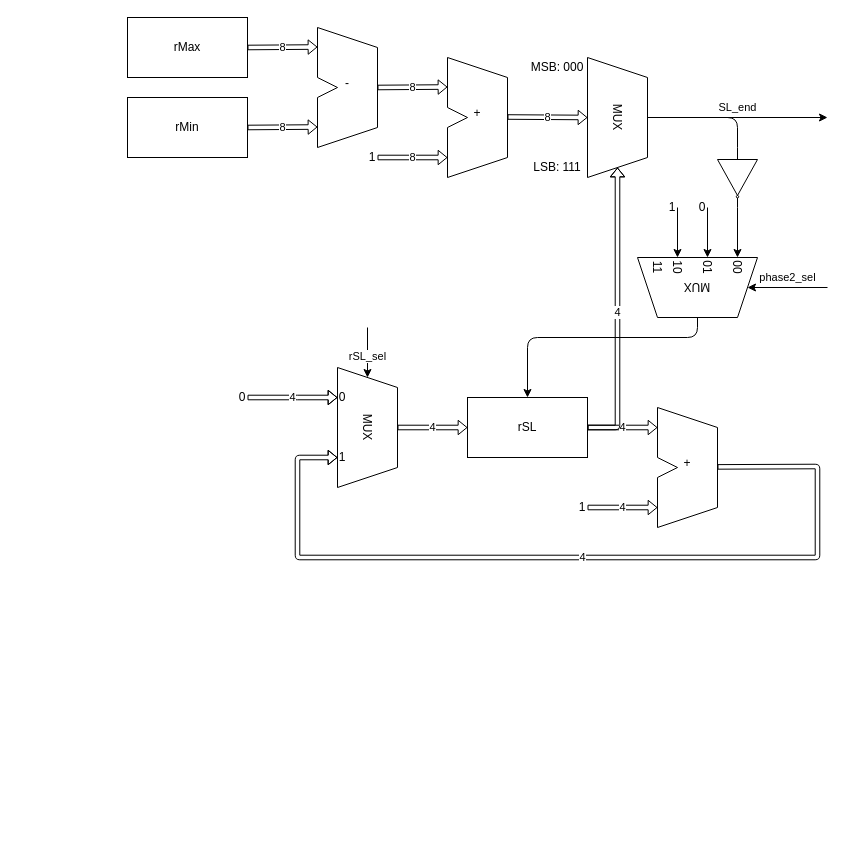
EmilioCorigliano/Progetto-Reti-Logiche-20-21 keeps this draw.io diagram as datapaths/regSL.drawio. Above is the earlier version. Source tidied: cells renumbered, new cells numbered last; positions are measured from the earlier drawing's top-left corner, leaving out a move shared by most shapes. Both pictures are drawn from the tidied source at 100%, with x=0, y=0 at pixel (127, 17).
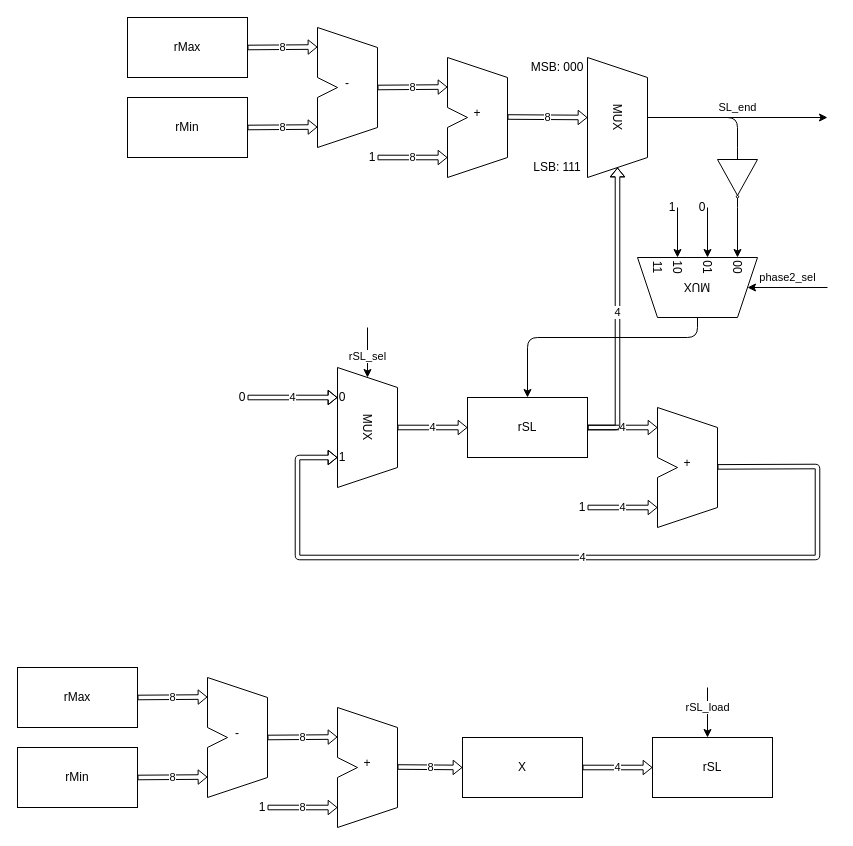
The same page after the edit.

What changed in the source:
```diff
@@
+    <mxCell id="68" value="rMax" style="rounded=0;whiteSpace=wrap;html=1;fillColor=#FFFFFF;" parent="1" vertex="1">
+      <mxGeometry x="-110" y="650" width="120" height="60" as="geometry" />
+    </mxCell>
+    <mxCell id="69" value="rMin" style="rounded=0;whiteSpace=wrap;html=1;fillColor=#FFFFFF;" parent="1" vertex="1">
+      <mxGeometry x="-110" y="730" width="120" height="60" as="geometry" />
+    </mxCell>
+    <mxCell id="70" value="&#10;&#10;&#10;-&#10;" style="group;fillColor=#FFFFFF;" parent="1" vertex="1">
+      <mxGeometry x="80" y="660" width="60" height="120" as="geometry" />
+    </mxCell>
+    <mxCell id="71" style="endArrow=none;html=1;" parent="70" edge="1">
+      <mxGeometry relative="1" as="geometry">
+        <mxPoint y="120" as="sourcePoint" />
+        <mxPoint y="70" as="targetPoint" />
+      </mxGeometry>
+    </mxCell>
+    <mxCell id="72" style="endArrow=none;html=1;" parent="70" edge="1">
+      <mxGeometry relative="1" as="geometry">
+        <mxPoint y="50" as="sourcePoint" />
+        <mxPoint as="targetPoint" />
+      </mxGeometry>
+    </mxCell>
+    <mxCell id="73" style="endArrow=none;html=1;" parent="70" edge="1">
+      <mxGeometry relative="1" as="geometry">
+        <mxPoint x="20" y="60" as="sourcePoint" />
+        <mxPoint y="50" as="targetPoint" />
+      </mxGeometry>
+    </mxCell>
+    <mxCell id="74" style="endArrow=none;html=1;" parent="70" edge="1">
+      <mxGeometry relative="1" as="geometry">
+        <mxPoint x="20" y="60" as="sourcePoint" />
+        <mxPoint y="70" as="targetPoint" />
+      </mxGeometry>
+    </mxCell>
+    <mxCell id="75" style="endArrow=none;html=1;" parent="70" edge="1">
+      <mxGeometry relative="1" as="geometry">
+        <mxPoint y="120" as="sourcePoint" />
+        <mxPoint x="60" y="100" as="targetPoint" />
+      </mxGeometry>
+    </mxCell>
+    <mxCell id="76" style="endArrow=none;html=1;" parent="70" edge="1">
+      <mxGeometry relative="1" as="geometry">
+        <mxPoint as="sourcePoint" />
+        <mxPoint x="60" y="20" as="targetPoint" />
+      </mxGeometry>
+    </mxCell>
+    <mxCell id="77" style="endArrow=none;html=1;" parent="70" edge="1">
+      <mxGeometry relative="1" as="geometry">
+        <mxPoint x="60" y="100" as="sourcePoint" />
+        <mxPoint x="60" y="20" as="targetPoint" />
+      </mxGeometry>
+    </mxCell>
+    <mxCell id="78" value="8" style="shape=flexArrow;endArrow=classic;html=1;width=4.571428571428571;endSize=2.617142857142857;endWidth=8.816326530612246;exitX=1;exitY=0.5;exitDx=0;exitDy=0;" parent="1" edge="1" source="69">
+      <mxGeometry relative="1" as="geometry">
+        <mxPoint x="80" y="759.5" as="targetPoint" />
+      </mxGeometry>
+    </mxCell>
+    <mxCell id="79" value="8" style="shape=flexArrow;endArrow=classic;html=1;width=4.571428571428571;endSize=2.617142857142857;endWidth=8.816326530612246;exitX=1;exitY=0.5;exitDx=0;exitDy=0;" parent="1" edge="1" source="68">
+      <mxGeometry relative="1" as="geometry">
+        <mxPoint x="80" y="679.5" as="targetPoint" />
+      </mxGeometry>
+    </mxCell>
+    <mxCell id="80" value="&#10;&#10;&#10;+" style="group;fillColor=#FFFFFF;" parent="1" vertex="1">
+      <mxGeometry x="210" y="690" width="60" height="120" as="geometry" />
+    </mxCell>
+    <mxCell id="81" style="endArrow=none;html=1;" parent="80" edge="1">
+      <mxGeometry relative="1" as="geometry">
+        <mxPoint y="120" as="sourcePoint" />
+        <mxPoint y="70" as="targetPoint" />
+      </mxGeometry>
+    </mxCell>
+    <mxCell id="82" style="endArrow=none;html=1;" parent="80" edge="1">
+      <mxGeometry relative="1" as="geometry">
+        <mxPoint x="60" y="100" as="sourcePoint" />
+        <mxPoint x="60" y="20" as="targetPoint" />
+      </mxGeometry>
+    </mxCell>
+    <mxCell id="83" style="endArrow=none;html=1;" parent="80" edge="1">
+      <mxGeometry relative="1" as="geometry">
+        <mxPoint y="50" as="sourcePoint" />
+        <mxPoint as="targetPoint" />
+      </mxGeometry>
+    </mxCell>
+    <mxCell id="84" style="endArrow=none;html=1;" parent="80" edge="1">
+      <mxGeometry relative="1" as="geometry">
+        <mxPoint x="20" y="60" as="sourcePoint" />
+        <mxPoint y="50" as="targetPoint" />
+      </mxGeometry>
+    </mxCell>
+    <mxCell id="85" style="endArrow=none;html=1;" parent="80" edge="1">
+      <mxGeometry relative="1" as="geometry">
+        <mxPoint x="20" y="60" as="sourcePoint" />
+        <mxPoint y="70" as="targetPoint" />
+      </mxGeometry>
+    </mxCell>
+    <mxCell id="86" style="endArrow=none;html=1;" parent="80" edge="1">
+      <mxGeometry relative="1" as="geometry">
+        <mxPoint y="120" as="sourcePoint" />
+        <mxPoint x="60" y="100" as="targetPoint" />
+      </mxGeometry>
+    </mxCell>
+    <mxCell id="87" style="endArrow=none;html=1;" parent="80" edge="1">
+      <mxGeometry relative="1" as="geometry">
+        <mxPoint as="sourcePoint" />
+        <mxPoint x="60" y="20" as="targetPoint" />
+      </mxGeometry>
+    </mxCell>
+    <mxCell id="88" value="8" style="shape=flexArrow;endArrow=classic;html=1;width=4.571428571428571;endSize=2.617142857142857;endWidth=8.816326530612246;exitX=1;exitY=0.5;exitDx=0;exitDy=0;" parent="1" edge="1">
+      <mxGeometry relative="1" as="geometry">
+        <mxPoint x="140" y="720" as="sourcePoint" />
+        <mxPoint x="210" y="719.5" as="targetPoint" />
+      </mxGeometry>
+    </mxCell>
+    <mxCell id="89" value="8" style="shape=flexArrow;endArrow=classic;html=1;width=4.571428571428571;endSize=2.617142857142857;endWidth=8.816326530612246;exitX=1;exitY=0.5;exitDx=0;exitDy=0;" parent="1" edge="1">
+      <mxGeometry relative="1" as="geometry">
+        <mxPoint x="140" y="790" as="sourcePoint" />
+        <mxPoint x="210" y="790" as="targetPoint" />
+      </mxGeometry>
+    </mxCell>
+    <mxCell id="90" value="1" style="text;html=1;strokeColor=none;fillColor=none;align=center;verticalAlign=middle;whiteSpace=wrap;rounded=0;" parent="1" vertex="1">
+      <mxGeometry x="130" y="780" width="10" height="20" as="geometry" />
+    </mxCell>
+    <mxCell id="91" value="8" style="shape=flexArrow;endArrow=classic;html=1;width=4.571428571428571;endSize=2.617142857142857;endWidth=8.816326530612246;entryX=0;entryY=0.5;entryDx=0;entryDy=0;" parent="1" edge="1" target="92">
+      <mxGeometry relative="1" as="geometry">
+        <mxPoint x="270" y="749.5" as="sourcePoint" />
+      </mxGeometry>
+    </mxCell>
+    <mxCell id="92" value="X" style="rounded=0;whiteSpace=wrap;html=1;fillColor=#FFFFFF;" parent="1" vertex="1">
+      <mxGeometry x="335" y="720" width="120" height="60" as="geometry" />
+    </mxCell>
+    <mxCell id="93" value="rSL" style="rounded=0;whiteSpace=wrap;html=1;fillColor=#FFFFFF;" parent="1" vertex="1">
+      <mxGeometry x="525" y="720" width="120" height="60" as="geometry" />
+    </mxCell>
+    <mxCell id="94" value="4" style="shape=flexArrow;endArrow=classic;html=1;width=4.571428571428571;endSize=2.617142857142857;endWidth=8.816326530612246;exitX=1;exitY=0.5;exitDx=0;exitDy=0;entryX=0;entryY=0.5;entryDx=0;entryDy=0;" parent="1" edge="1" source="92" target="93">
+      <mxGeometry relative="1" as="geometry" />
+    </mxCell>
+    <mxCell id="95" value="rSL_load" style="endArrow=classic;html=1;entryX=0.5;entryY=0;entryDx=0;entryDy=0;" parent="1" edge="1">
+      <mxGeometry x="-0.2" relative="1" as="geometry">
+        <mxPoint x="580" y="670" as="sourcePoint" />
+        <mxPoint x="580" y="720" as="targetPoint" />
+      </mxGeometry>
+    </mxCell>
```
